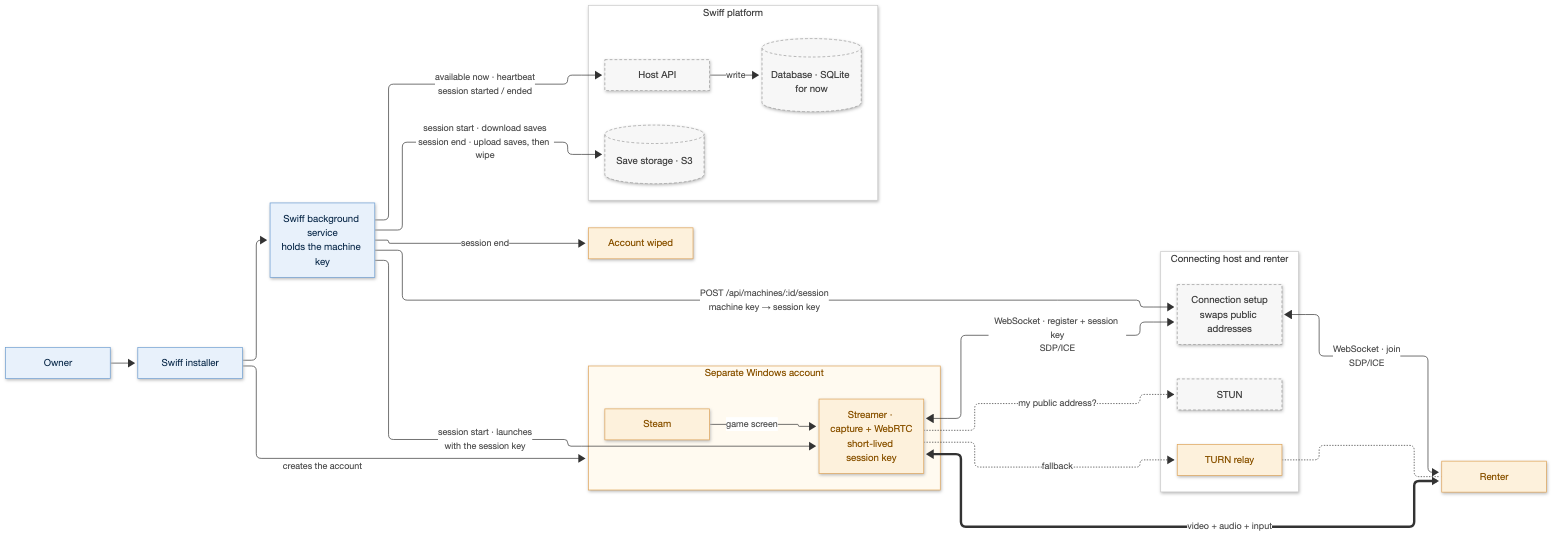
This is docs/diagrams/host-isolation.png from tomnotthomas/distributed_gaming, a Mermaid export, as it was before one commit. Its source is kept beside it as docs/diagrams/host-isolation.mmd.
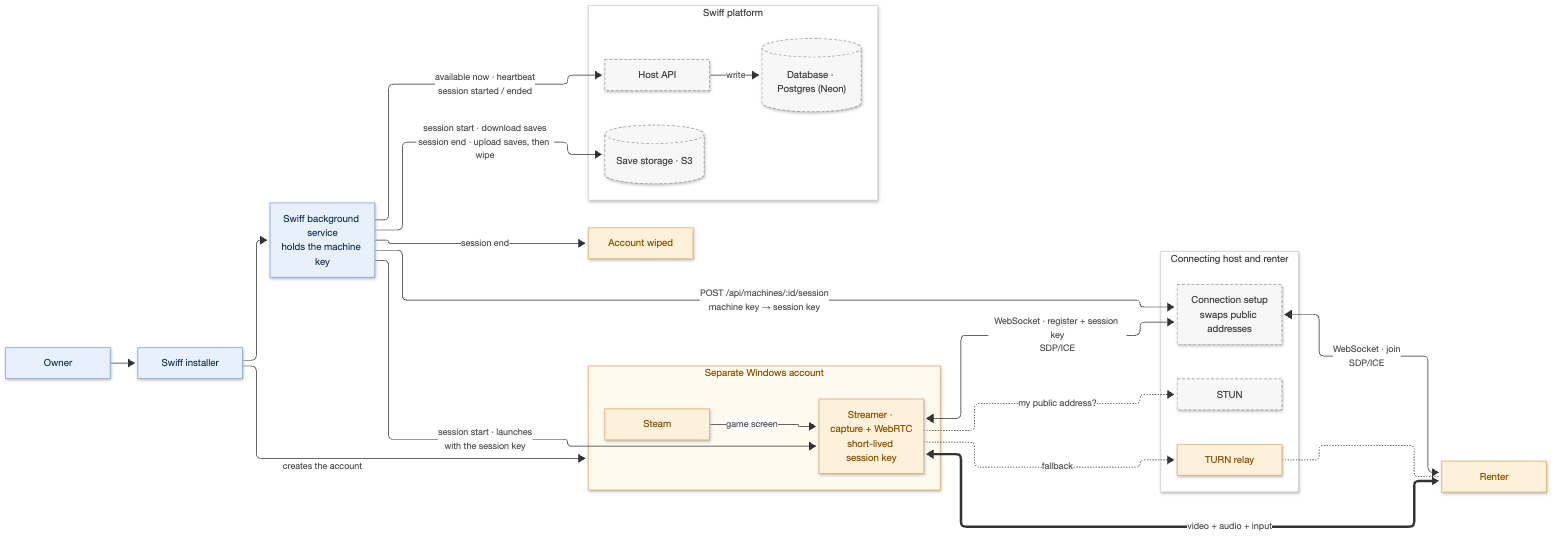
After the commit.

Change to the diagram source:
```diff
@@ -27,7 +27,7 @@
   Wiped["Account wiped"]
   subgraph Platform["Swiff platform"]
     API["Host API"]
-    DB[("Database · SQLite for now")]
+    DB[("Database · Postgres (Neon)")]
     S3[("Save storage · S3")]
   end
   subgraph Connect["Connecting host and renter"]
```
